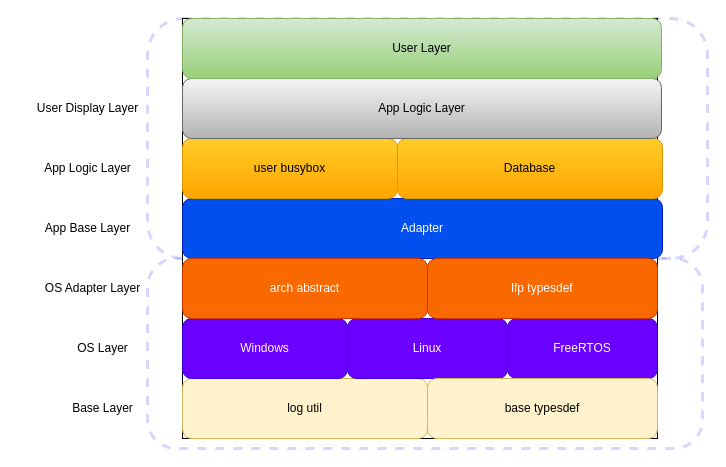
The draw.io diagram lfp_documents/docs/roadmapping/lfp分层架构.drawio in Wytaitaislee/lfp_tech_advance, before the edit. Source tidied: cells renumbered, new cells numbered last; positions are measured from the earlier drawing's top-left corner, leaving out a move shared by most shapes. Both pictures are drawn from the tidied source at 100%, with x=0, y=0 at pixel (27, 18).
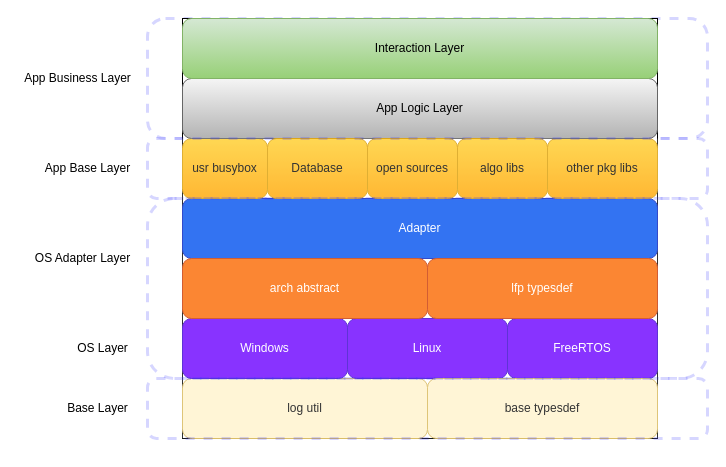
After the change.

What changed in the source:
```diff
@@
     <mxCell id="2" style="rounded=1;whiteSpace=wrap;html=1;glass=0;strokeColor=#3333FF;fillColor=#FFFFFF;shadow=0;dashed=1;strokeWidth=3;opacity=20;sketch=0;" parent="1" vertex="1">
-      <mxGeometry x="120" width="560" height="240" as="geometry" />
+      <mxGeometry x="120" width="560" height="120" as="geometry" />
     </mxCell>
-    <mxCell id="3" style="rounded=1;whiteSpace=wrap;html=1;glass=0;dashed=1;strokeWidth=3;shadow=0;sketch=0;fillColor=#FFFFFF;strokeColor=#3333FF;opacity=20;backgroundOutline=1;" parent="1" vertex="1">
-      <mxGeometry x="120" y="240" width="555" height="190" as="geometry" />
-    </mxCell>
@@
     <mxCell id="7" value="Base Layer" style="text;html=1;align=center;verticalAlign=middle;" parent="1" vertex="1">
-      <mxGeometry x="35" y="380" width="80" height="20" as="geometry" />
+      <mxGeometry x="30" y="380" width="80" height="20" as="geometry" />
     </mxCell>
@@
     <mxCell id="11" value="Adapter" style="rounded=1;whiteSpace=wrap;html=1;glass=0;fillColor=#0050ef;strokeColor=#001DBC;fontColor=#ffffff;" parent="1" vertex="1">
-      <mxGeometry x="155" y="180" width="480" height="60" as="geometry" />
+      <mxGeometry x="155" y="180" width="475" height="60" as="geometry" />
     </mxCell>
@@
     <mxCell id="13" value="OS Adapter Layer" style="text;html=1;align=center;verticalAlign=middle;" parent="1" vertex="1">
-      <mxGeometry x="10" y="260" width="110" height="20" as="geometry" />
+      <mxGeometry y="230" width="110" height="20" as="geometry" />
     </mxCell>
-    <mxCell id="14" value="user busybox" style="rounded=1;whiteSpace=wrap;html=1;glass=0;strokeColor=#d79b00;fillColor=#ffcd28;gradientColor=#ffa500;" parent="1" vertex="1">
-      <mxGeometry x="155" y="120" width="215" height="60" as="geometry" />
+    <mxCell id="14" value="usr busybox" style="rounded=1;whiteSpace=wrap;html=1;glass=0;strokeColor=#d79b00;fillColor=#ffcd28;gradientColor=#ffa500;" parent="1" vertex="1">
+      <mxGeometry x="155" y="120" width="85" height="60" as="geometry" />
     </mxCell>
-    <mxCell id="15" value="Database" style="rounded=1;whiteSpace=wrap;html=1;glass=0;strokeColor=#d79b00;fillColor=#ffcd28;gradientColor=#ffa500;" parent="1" vertex="1">
-      <mxGeometry x="370" y="120" width="265" height="60" as="geometry" />
+    <mxCell id="15" value="other pkg libs" style="rounded=1;whiteSpace=wrap;html=1;glass=0;strokeColor=#d79b00;fillColor=#ffcd28;gradientColor=#ffa500;" parent="1" vertex="1">
+      <mxGeometry x="520" y="120" width="110" height="60" as="geometry" />
     </mxCell>
     <mxCell id="16" value="App Logic Layer" style="rounded=1;whiteSpace=wrap;html=1;glass=0;strokeColor=#666666;fillColor=#f5f5f5;gradientColor=#b3b3b3;" parent="1" vertex="1">
-      <mxGeometry x="155" y="60" width="479" height="60" as="geometry" />
+      <mxGeometry x="155" y="60" width="475" height="60" as="geometry" />
     </mxCell>
-    <mxCell id="17" value="User Layer" style="rounded=1;whiteSpace=wrap;html=1;glass=0;strokeColor=#82b366;fillColor=#d5e8d4;gradientColor=#97d077;" parent="1" vertex="1">
-      <mxGeometry x="155" width="479" height="60" as="geometry" />
+    <mxCell id="17" value="Interaction&amp;nbsp;Layer" style="rounded=1;whiteSpace=wrap;html=1;glass=0;strokeColor=#82b366;fillColor=#d5e8d4;gradientColor=#97d077;" parent="1" vertex="1">
+      <mxGeometry x="155" width="475" height="60" as="geometry" />
     </mxCell>
     <mxCell id="18" value="App Base Layer" style="text;html=1;align=center;verticalAlign=middle;" parent="1" vertex="1">
-      <mxGeometry x="10" y="200" width="100" height="20" as="geometry" />
+      <mxGeometry x="10" y="140" width="100" height="20" as="geometry" />
     </mxCell>
-    <mxCell id="19" value="App Logic Layer" style="text;html=1;align=center;verticalAlign=middle;" parent="1" vertex="1">
-      <mxGeometry x="10" y="140" width="100" height="20" as="geometry" />
-    </mxCell>
-    <mxCell id="20" value="User Display Layer" style="text;html=1;align=center;verticalAlign=middle;" parent="1" vertex="1">
-      <mxGeometry y="80" width="120" height="20" as="geometry" />
+    <mxCell id="20" value="App Business Layer" style="text;html=1;align=center;verticalAlign=middle;" parent="1" vertex="1">
+      <mxGeometry x="-10" y="50" width="120" height="20" as="geometry" />
     </mxCell>
@@
+    <mxCell id="25" value="&lt;span&gt;Database&lt;/span&gt;" style="rounded=1;whiteSpace=wrap;html=1;glass=0;strokeColor=#d79b00;fillColor=#ffcd28;gradientColor=#ffa500;" parent="1" vertex="1">
+      <mxGeometry x="240" y="120" width="100" height="60" as="geometry" />
+    </mxCell>
+    <mxCell id="26" value="open sources" style="rounded=1;whiteSpace=wrap;html=1;glass=0;strokeColor=#d79b00;fillColor=#ffcd28;gradientColor=#ffa500;" parent="1" vertex="1">
+      <mxGeometry x="340" y="120" width="90" height="60" as="geometry" />
+    </mxCell>
+    <mxCell id="27" value="&lt;span&gt;algo libs&lt;/span&gt;" style="rounded=1;whiteSpace=wrap;html=1;glass=0;strokeColor=#d79b00;fillColor=#ffcd28;gradientColor=#ffa500;" parent="1" vertex="1">
+      <mxGeometry x="430" y="120" width="90" height="60" as="geometry" />
+    </mxCell>
+    <mxCell id="28" style="rounded=1;whiteSpace=wrap;html=1;glass=0;strokeColor=#3333FF;fillColor=#FFFFFF;shadow=0;dashed=1;strokeWidth=3;opacity=20;sketch=0;" parent="1" vertex="1">
+      <mxGeometry x="120" y="120" width="560" height="60" as="geometry" />
+    </mxCell>
+    <mxCell id="29" style="rounded=1;whiteSpace=wrap;html=1;glass=0;strokeColor=#3333FF;fillColor=#FFFFFF;shadow=0;dashed=1;strokeWidth=3;opacity=20;sketch=0;" parent="1" vertex="1">
+      <mxGeometry x="120" y="180" width="560" height="180" as="geometry" />
+    </mxCell>
+    <mxCell id="30" style="rounded=1;whiteSpace=wrap;html=1;glass=0;strokeColor=#3333FF;fillColor=#FFFFFF;shadow=0;dashed=1;strokeWidth=3;opacity=20;sketch=0;" parent="1" vertex="1">
+      <mxGeometry x="120" y="360" width="560" height="60" as="geometry" />
+    </mxCell>
```
